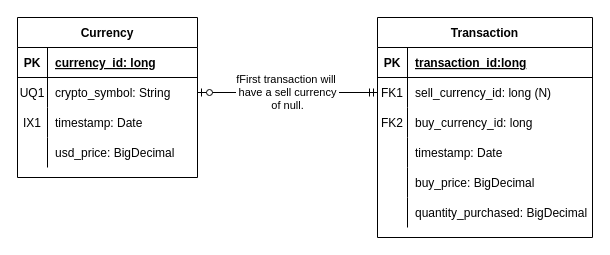
This is docs/saves/entity-relationships.drawio from jeremybrown505/investmentz, a draw.io file, before an edit. Source tidied: cells renumbered, new cells numbered last; positions are measured from the earlier drawing's top-left corner, leaving out a move shared by most shapes. Both pictures are drawn from the tidied source at 100%, with x=0, y=0 at pixel (17, 17).
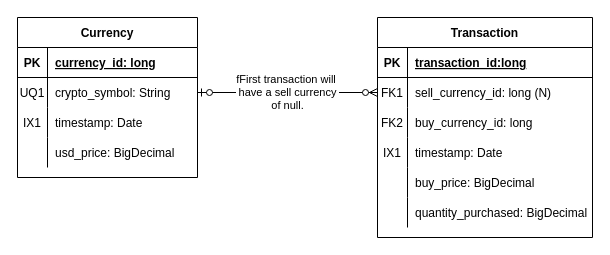
The same diagram, later.

Unchanged cells that the change refers to:
```xml
<mxCell id="6" style="shape=partialRectangle;fillColor=none;top=0;left=0;bottom=0;right=0;points=[[0,0.5],[1,0.5]];portConstraint=eastwest;" parent="2" vertex="1">
  <mxGeometry y="60" width="180" height="30" as="geometry" />
</mxCell>
<mxCell id="20" style="shape=partialRectangle;fillColor=none;top=0;left=0;bottom=0;right=0;points=[[0,0.5],[1,0.5]];portConstraint=eastwest;" parent="16" vertex="1">
  <mxGeometry y="60" width="215" height="30" as="geometry" />
</mxCell>
<mxCell id="26" style="shape=partialRectangle;fillColor=none;top=0;left=0;bottom=0;right=0;" parent="16" vertex="1">
  <mxGeometry y="120" width="215" height="30" as="geometry" />
</mxCell>
```

The edit, as a diff of the source:
```diff
@@
-    <mxCell id="15" value="fFirst transaction will&amp;nbsp;&lt;br&gt;have a sell currency&lt;br&gt;of null." style="edgeStyle=orthogonalEdgeStyle;rounded=0;jettySize=auto;html=1;entryX=0;entryY=0.5;entryDx=0;entryDy=0;startArrow=ERzeroToOne;startFill=1;endArrow=ERmandOne;endFill=0;" parent="1" edge="1" source="6" target="20">
+    <mxCell id="15" value="fFirst transaction will&amp;nbsp;&lt;br&gt;have a sell currency&lt;br&gt;of null." style="edgeStyle=orthogonalEdgeStyle;rounded=0;jettySize=auto;html=1;entryX=0;entryY=0.5;entryDx=0;entryDy=0;startArrow=ERzeroToOne;startFill=1;endArrow=ERzeroToMany;endFill=1;" parent="1" edge="1" source="6" target="20">
       <mxGeometry relative="1" as="geometry" />
     </mxCell>
@@
-    <mxCell id="27" style="shape=partialRectangle;fillColor=none;top=0;left=0;bottom=0;right=0;overflow=hidden;" parent="26" vertex="1">
+    <mxCell id="27" value="IX1" style="shape=partialRectangle;fillColor=none;top=0;left=0;bottom=0;right=0;overflow=hidden;" parent="26" vertex="1">
       <mxGeometry width="30" height="30" as="geometry" />
     </mxCell>
```
